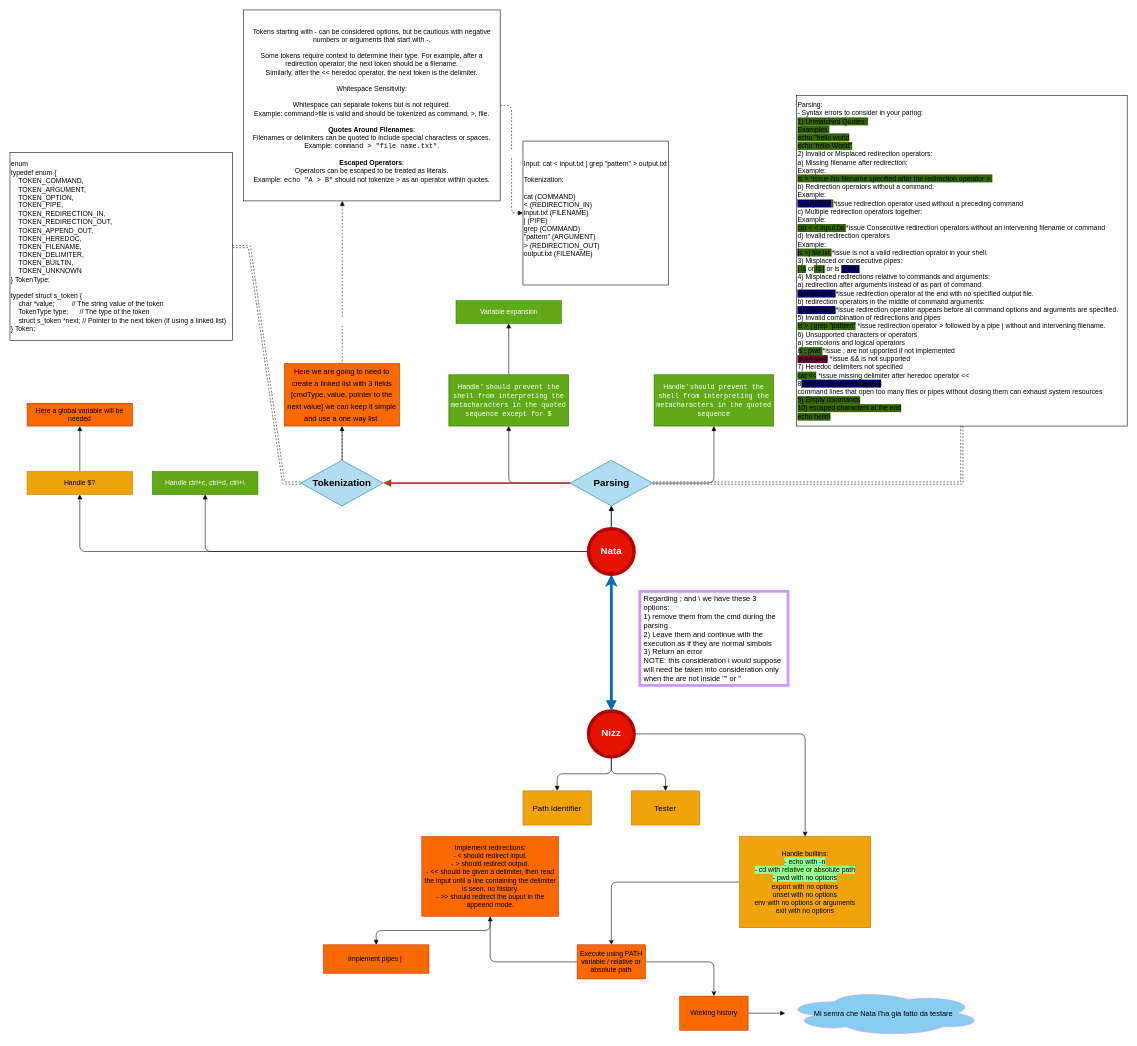
Above: page "Art" (1 of 2) of utils/Nizz.drawio in Nazar963/42_Minishell_V3 (draw.io), before the change. Source tidied: cells renumbered, new cells numbered last; positions are measured from the earlier drawing's top-left corner, leaving out a move shared by most shapes. Both pictures are drawn from the tidied source at 57%, with x=0, y=0 at pixel (10, 10).
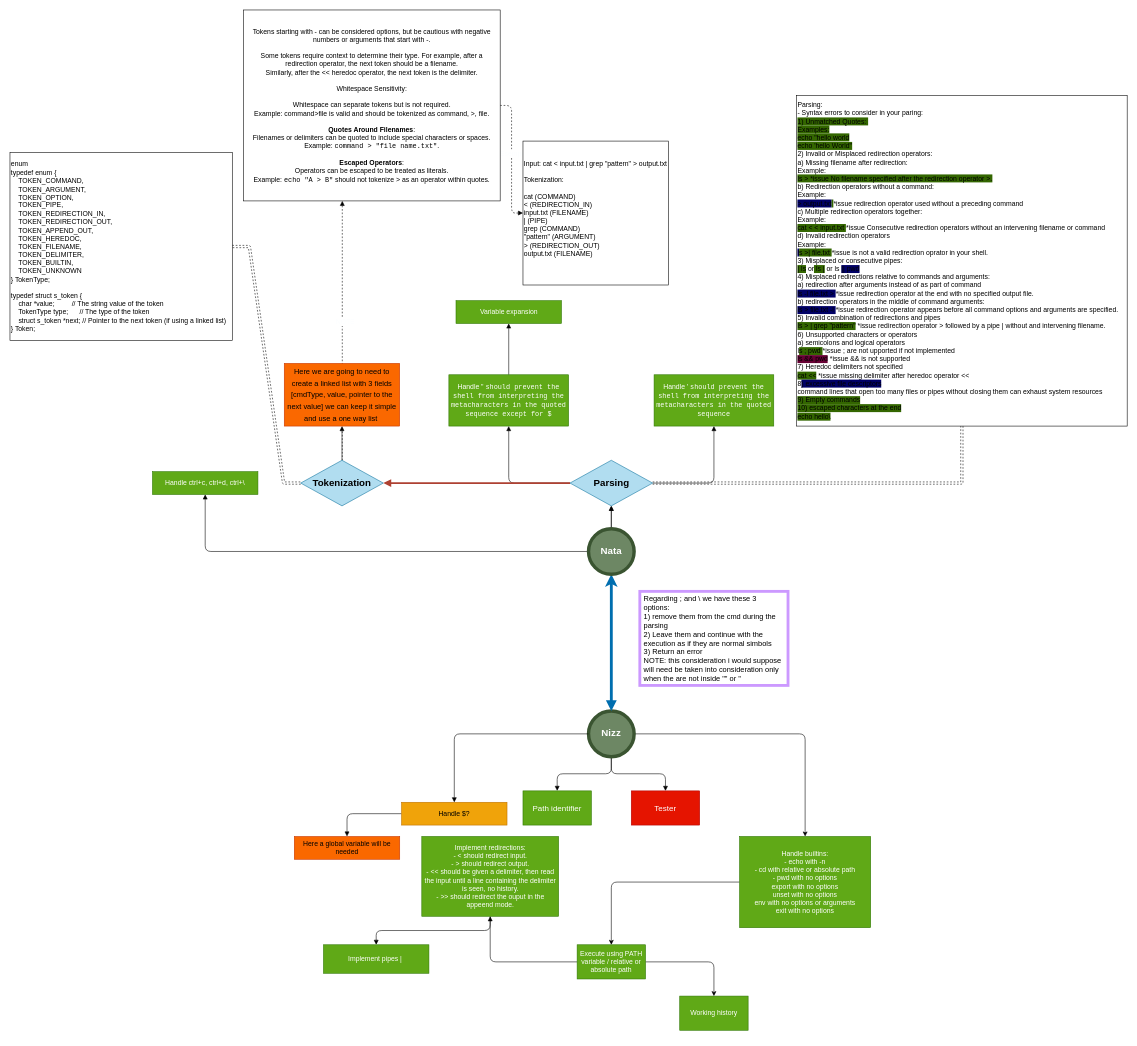
After the change.

The edit, as a diff of the source:
```diff
@@
-    <mxCell id="2" style="edgeStyle=orthogonalEdgeStyle;html=1;strokeWidth=1;fontSize=13;fontColor=#000000;startArrow=none;startFill=0;endArrow=block;endFill=1;" parent="1" edge="1" source="3" target="42">
-      <mxGeometry relative="1" as="geometry" />
-    </mxCell>
-    <mxCell id="3" value="Working history" style="rounded=0;whiteSpace=wrap;html=1;fillColor=#fa6800;fontColor=#000000;strokeColor=#C73500;" parent="1" vertex="1">
+    <mxCell id="3" value="Working history" style="rounded=0;whiteSpace=wrap;html=1;fillColor=#60a917;fontColor=#ffffff;strokeColor=#2D7600;" parent="1" vertex="1">
       <mxGeometry x="1175" y="1730" width="120" height="60" as="geometry" />
     </mxCell>
@@
-    <mxCell id="6" value="Execute using PATH variable / relative or absolute path" style="rounded=0;whiteSpace=wrap;html=1;fillColor=#fa6800;fontColor=#000000;strokeColor=#C73500;" parent="1" vertex="1">
+    <mxCell id="6" value="Execute using PATH variable / relative or absolute path" style="rounded=0;whiteSpace=wrap;html=1;fillColor=#60a917;fontColor=#ffffff;strokeColor=#2D7600;" parent="1" vertex="1">
       <mxGeometry x="995" y="1640" width="120" height="60" as="geometry" />
     </mxCell>
@@
-    <mxCell id="11" value="Implement redirections:&lt;br&gt;- &amp;lt; should redirect input.&lt;br&gt;- &amp;gt; should redirect output.&lt;br&gt;- &amp;lt;&amp;lt; should be given a delimiter, then read the input until a line containing the delimiter is seen, no history.&lt;br&gt;- &amp;gt;&amp;gt; should redirect the ouput in the appeend mode." style="rounded=0;whiteSpace=wrap;html=1;fillColor=#fa6800;fontColor=#000000;strokeColor=#C73500;" parent="1" vertex="1">
+    <mxCell id="11" value="Implement redirections:&lt;br&gt;- &amp;lt; should redirect input.&lt;br&gt;- &amp;gt; should redirect output.&lt;br&gt;- &amp;lt;&amp;lt; should be given a delimiter, then read the input until a line containing the delimiter is seen, no history.&lt;br&gt;- &amp;gt;&amp;gt; should redirect the ouput in the appeend mode." style="rounded=0;whiteSpace=wrap;html=1;fillColor=#60a917;fontColor=#ffffff;strokeColor=#2D7600;" parent="1" vertex="1">
       <mxGeometry x="722.5" y="1450" width="240" height="140" as="geometry" />
     </mxCell>
-    <mxCell id="12" value="Implement pipes |&amp;nbsp;" style="rounded=0;whiteSpace=wrap;html=1;fillColor=#fa6800;fontColor=#000000;strokeColor=#C73500;" parent="1" vertex="1">
+    <mxCell id="12" value="Implement pipes |&amp;nbsp;" style="rounded=0;whiteSpace=wrap;html=1;fillColor=#60a917;fontColor=#ffffff;strokeColor=#2D7600;" parent="1" vertex="1">
       <mxGeometry x="550" y="1640" width="185" height="50" as="geometry" />
     </mxCell>
@@
     <mxCell id="14" value="Handle $?" style="rounded=0;whiteSpace=wrap;html=1;fillColor=#f0a30a;strokeColor=#BD7000;fontColor=#000000;" parent="1" vertex="1">
-      <mxGeometry x="30" y="810" width="185" height="40" as="geometry" />
+      <mxGeometry x="687" y="1390" width="185" height="40" as="geometry" />
     </mxCell>
@@
-    <mxCell id="17" value="Handle builtins:&lt;br&gt;&lt;span style=&quot;background-color: rgb(153, 255, 153);&quot;&gt;- echo with -n&lt;/span&gt;&lt;br&gt;&lt;span style=&quot;background-color: rgb(153, 255, 153);&quot;&gt;- cd with relative or absolute path&lt;/span&gt;&lt;br&gt;&lt;span style=&quot;background-color: rgb(153, 255, 153);&quot;&gt;- pwd with no options&lt;/span&gt;&lt;br&gt;export with no options&lt;br&gt;unset with no options&lt;br&gt;env with no options or arguments&lt;br&gt;exit with no options" style="rounded=0;whiteSpace=wrap;html=1;fillColor=#f0a30a;fontColor=#000000;strokeColor=#BD7000;" parent="1" vertex="1">
+    <mxCell id="17" value="Handle builtins:&lt;br&gt;- echo with -n&lt;br&gt;- cd with relative or absolute path&lt;br&gt;- pwd with no options&lt;br&gt;export with no options&lt;br&gt;unset with no options&lt;br&gt;env with no options or arguments&lt;br&gt;exit with no options" style="rounded=0;whiteSpace=wrap;html=1;fillColor=#60a917;fontColor=#ffffff;strokeColor=#2D7600;" parent="1" vertex="1">
       <mxGeometry x="1280" y="1450" width="230" height="160" as="geometry" />
     </mxCell>
@@
-    <mxCell id="21" value="Nizz" style="ellipse;whiteSpace=wrap;html=1;fontSize=17;fillColor=#e51400;strokeColor=#B20000;fontColor=#ffffff;rounded=0;strokeWidth=6;fontStyle=1;" parent="1" vertex="1">
+    <mxCell id="21" value="Nizz" style="ellipse;whiteSpace=wrap;html=1;fontSize=17;fillColor=#6d8764;strokeColor=#3A5431;fontColor=#ffffff;rounded=0;strokeWidth=6;fontStyle=1;" parent="1" vertex="1">
       <mxGeometry x="1015" y="1230" width="80" height="80" as="geometry" />
     </mxCell>
@@
-    <mxCell id="26" style="edgeStyle=orthogonalEdgeStyle;html=1;strokeWidth=1;fontSize=13;fontColor=#000000;startArrow=none;startFill=0;endArrow=block;endFill=1;" parent="1" edge="1" source="29" target="14">
+    <mxCell id="26" style="edgeStyle=orthogonalEdgeStyle;html=1;strokeWidth=1;fontSize=13;fontColor=#000000;startArrow=none;startFill=0;endArrow=block;endFill=1;" parent="1" edge="1" source="21" target="14">
       <mxGeometry relative="1" as="geometry" />
     </mxCell>
@@
-    <mxCell id="29" value="Nata" style="ellipse;whiteSpace=wrap;html=1;fontSize=17;fillColor=#e51400;strokeColor=#B20000;fontColor=#ffffff;rounded=0;strokeWidth=6;fontStyle=1;" parent="1" vertex="1">
+    <mxCell id="29" value="Nata" style="ellipse;whiteSpace=wrap;html=1;fontSize=17;fillColor=#6d8764;strokeColor=#3A5431;fontColor=#ffffff;rounded=0;strokeWidth=6;fontStyle=1;" parent="1" vertex="1">
       <mxGeometry x="1015" y="910" width="80" height="80" as="geometry" />
     </mxCell>
@@
     <mxCell id="41" value="Here a global variable will be needed" style="rounded=0;whiteSpace=wrap;html=1;fillColor=#fa6800;fontColor=#000000;strokeColor=#C73500;" parent="1" vertex="1">
-      <mxGeometry x="30" y="690" width="185" height="40" as="geometry" />
+      <mxGeometry x="498.8" y="1450" width="185" height="40" as="geometry" />
     </mxCell>
-    <mxCell id="42" value="Mi semra che Nata l'ha gia fatto da testare" style="ellipse;shape=cloud;whiteSpace=wrap;html=1;rounded=0;strokeColor=#CC99FF;strokeWidth=1;fontSize=13;fontColor=#000000;fillColor=#86CDF0;" parent="1" vertex="1">
-      <mxGeometry x="1360" y="1720" width="345" height="80" as="geometry" />
-    </mxCell>
-    <mxCell id="43" value="Tester" style="whiteSpace=wrap;html=1;fontSize=14;fillColor=#f0a30a;strokeColor=#BD7000;fontColor=#000000;rounded=0;strokeWidth=1;fontStyle=0;" parent="1" vertex="1">
+    <mxCell id="43" value="Tester" style="whiteSpace=wrap;html=1;fontSize=14;fillColor=#e51400;strokeColor=#B20000;fontColor=#ffffff;rounded=0;strokeWidth=1;fontStyle=0;" parent="1" vertex="1">
       <mxGeometry x="1090" y="1370" width="120" height="60" as="geometry" />
     </mxCell>
-    <mxCell id="44" value="Path identifier" style="whiteSpace=wrap;html=1;fontSize=14;fillColor=#f0a30a;strokeColor=#BD7000;fontColor=#000000;rounded=0;strokeWidth=1;fontStyle=0;" parent="1" vertex="1">
+    <mxCell id="44" value="Path identifier" style="whiteSpace=wrap;html=1;fontSize=14;fillColor=#60a917;strokeColor=#2D7600;fontColor=#ffffff;rounded=0;strokeWidth=1;fontStyle=0;" parent="1" vertex="1">
       <mxGeometry x="900" y="1370" width="120" height="60" as="geometry" />
     </mxCell>
```
